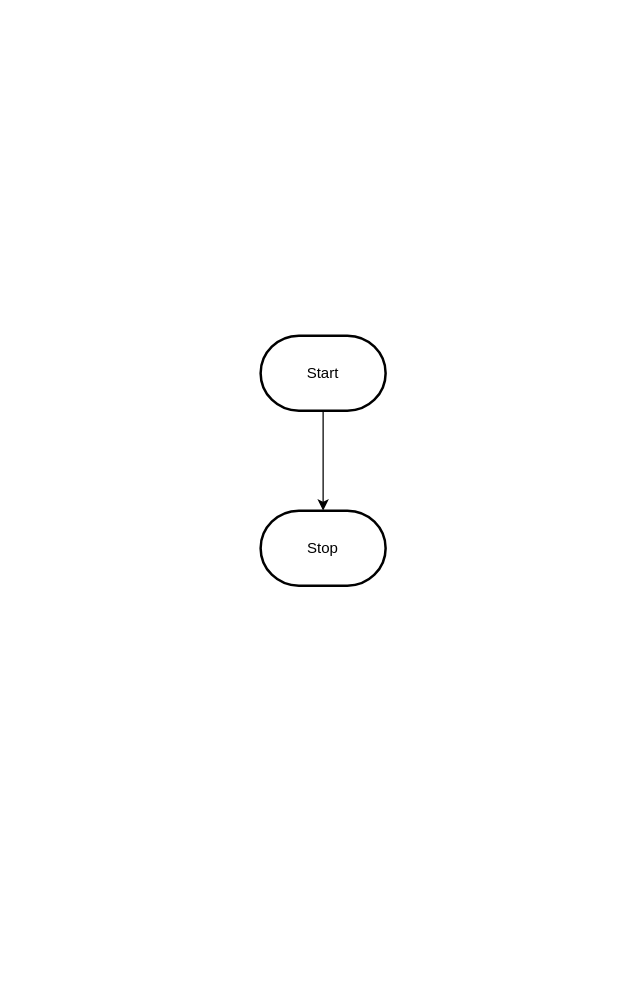
Earlier version of the draw.io diagram design/flowchart.drawio (MTHS-ICD2O-1-2023/ICD2O-Unit-6-02-George-Khalil-29). Source tidied: cells renumbered, new cells numbered last; positions are measured from the earlier drawing's top-left corner, leaving out a move shared by most shapes. Both pictures are drawn from the tidied source at 125%, with x=0, y=0 at pixel (260, 335).
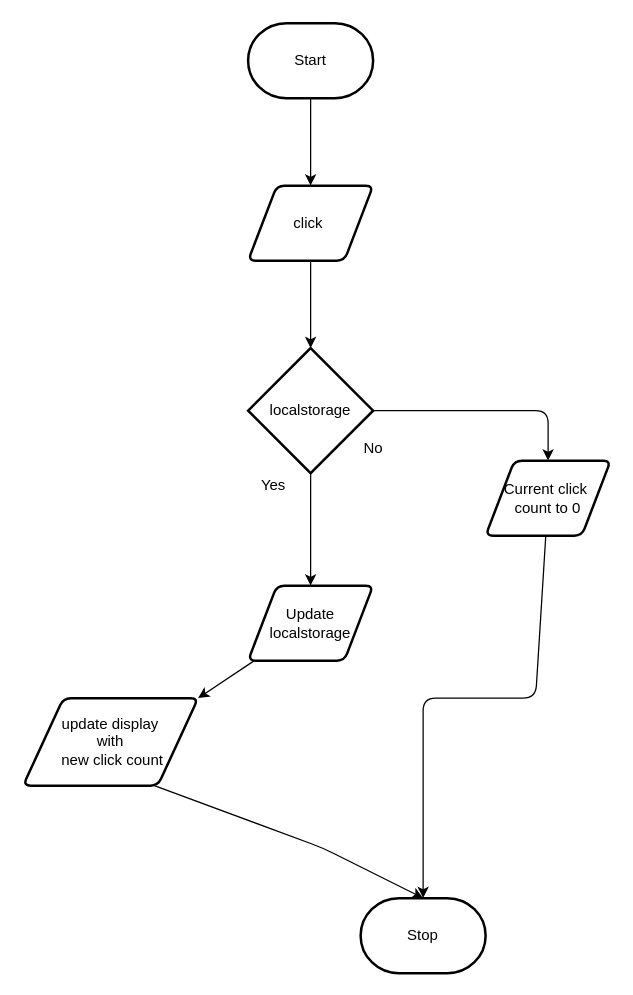
The same page after the edit.

Change to the diagram source:
```diff
@@
-    <mxCell id="2" style="edgeStyle=orthogonalEdgeStyle;html=1;rounded=0;" parent="1" edge="1" source="3" target="4">
-      <mxGeometry relative="1" as="geometry" />
-    </mxCell>
+    <mxCell id="5" style="edgeStyle=none;html=1;" parent="1" edge="1" source="3" target="2">
+      <mxGeometry relative="1" as="geometry" />
+    </mxCell>
     <mxCell id="3" value="Start" style="strokeWidth=2;html=1;shape=mxgraph.flowchart.terminator;whiteSpace=wrap;" parent="1" vertex="1">
-      <mxGeometry width="100" height="60" as="geometry" />
+      <mxGeometry x="-10" y="-250" width="100" height="60" as="geometry" />
     </mxCell>
     <mxCell id="4" value="Stop" style="strokeWidth=2;html=1;shape=mxgraph.flowchart.terminator;whiteSpace=wrap;" parent="1" vertex="1">
-      <mxGeometry y="140" width="100" height="60" as="geometry" />
+      <mxGeometry x="80" y="450" width="100" height="60" as="geometry" />
     </mxCell>
+    <mxCell id="6" style="edgeStyle=none;html=1;" parent="1" edge="1" source="2" target="9">
+      <mxGeometry relative="1" as="geometry" />
+    </mxCell>
+    <mxCell id="2" value="click&amp;nbsp;" style="shape=parallelogram;html=1;strokeWidth=2;perimeter=parallelogramPerimeter;whiteSpace=wrap;rounded=1;arcSize=12;size=0.23;" parent="1" vertex="1">
+      <mxGeometry x="-10" y="-120" width="100" height="60" as="geometry" />
+    </mxCell>
+    <mxCell id="7" style="edgeStyle=none;html=1;entryX=0.5;entryY=0;entryDx=0;entryDy=0;" parent="1" edge="1" source="9" target="13">
+      <mxGeometry relative="1" as="geometry">
+        <Array as="points">
+          <mxPoint x="230" y="60" />
+        </Array>
+      </mxGeometry>
+    </mxCell>
+    <mxCell id="8" style="edgeStyle=none;html=1;" parent="1" edge="1" source="9" target="16">
+      <mxGeometry relative="1" as="geometry" />
+    </mxCell>
+    <mxCell id="9" value="localstorage" style="strokeWidth=2;html=1;shape=mxgraph.flowchart.decision;whiteSpace=wrap;" parent="1" vertex="1">
+      <mxGeometry x="-10" y="10" width="100" height="100" as="geometry" />
+    </mxCell>
+    <mxCell id="10" value="No" style="text;html=1;align=center;verticalAlign=middle;strokeColor=none;fillColor=none;" parent="1" vertex="1">
+      <mxGeometry x="70" y="75" width="40" height="30" as="geometry" />
+    </mxCell>
+    <mxCell id="11" value="Yes" style="text;html=1;align=center;verticalAlign=middle;strokeColor=none;fillColor=none;" parent="1" vertex="1">
+      <mxGeometry x="-10" y="105" width="40" height="30" as="geometry" />
+    </mxCell>
+    <mxCell id="12" style="edgeStyle=none;html=1;entryX=0.5;entryY=0;entryDx=0;entryDy=0;entryPerimeter=0;" parent="1" edge="1" source="13" target="4">
+      <mxGeometry relative="1" as="geometry">
+        <Array as="points">
+          <mxPoint x="220" y="290" />
+          <mxPoint x="130" y="290" />
+          <mxPoint x="130" y="410" />
+        </Array>
+      </mxGeometry>
+    </mxCell>
+    <mxCell id="13" value="Current click&amp;nbsp;&lt;br&gt;count to 0" style="shape=parallelogram;html=1;strokeWidth=2;perimeter=parallelogramPerimeter;whiteSpace=wrap;rounded=1;arcSize=12;size=0.23;" parent="1" vertex="1">
+      <mxGeometry x="180" y="100" width="100" height="60" as="geometry" />
+    </mxCell>
+    <mxCell id="14" style="edgeStyle=none;html=1;entryX=0.5;entryY=0;entryDx=0;entryDy=0;entryPerimeter=0;exitX=0.75;exitY=1;exitDx=0;exitDy=0;" parent="1" edge="1" source="17" target="4">
+      <mxGeometry relative="1" as="geometry">
+        <Array as="points">
+          <mxPoint x="50" y="410" />
+        </Array>
+      </mxGeometry>
+    </mxCell>
+    <mxCell id="15" style="edgeStyle=none;html=1;entryX=1;entryY=0;entryDx=0;entryDy=0;" parent="1" edge="1" source="16" target="17">
+      <mxGeometry relative="1" as="geometry" />
+    </mxCell>
+    <mxCell id="16" value="Update localstorage" style="shape=parallelogram;html=1;strokeWidth=2;perimeter=parallelogramPerimeter;whiteSpace=wrap;rounded=1;arcSize=12;size=0.23;" parent="1" vertex="1">
+      <mxGeometry x="-10" y="200" width="100" height="60" as="geometry" />
+    </mxCell>
+    <mxCell id="17" value="update display&lt;br&gt;with&lt;br&gt;&amp;nbsp;new click count" style="shape=parallelogram;html=1;strokeWidth=2;perimeter=parallelogramPerimeter;whiteSpace=wrap;rounded=1;arcSize=12;size=0.23;" parent="1" vertex="1">
+      <mxGeometry x="-190" y="290" width="140" height="70" as="geometry" />
+    </mxCell>
```
